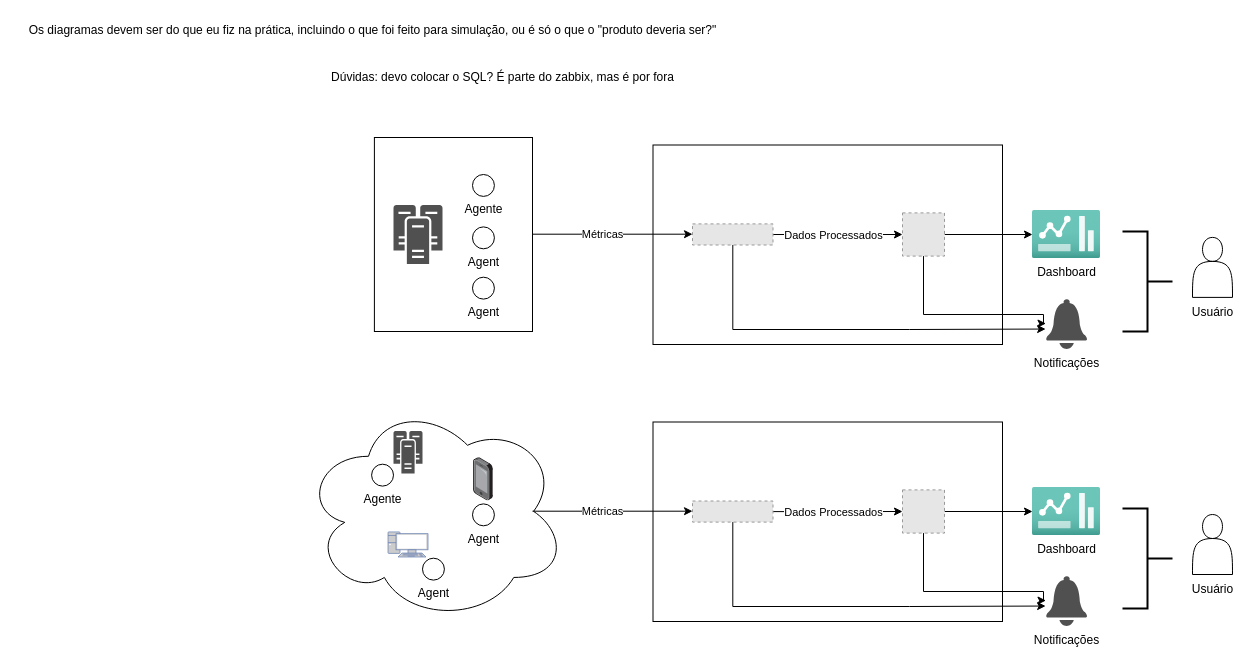
This is texto/draft0.drawio from vitorco7/saturmon, a draw.io file, before an edit. Source tidied: cells renumbered, new cells numbered last; positions are measured from the earlier drawing's top-left corner, leaving out a move shared by most shapes. Both pictures are drawn from the tidied source at 100%, with x=0, y=0 at pixel (17, 17). Pictures stored in the file or linked from it are replaced by grey dashed boxes.
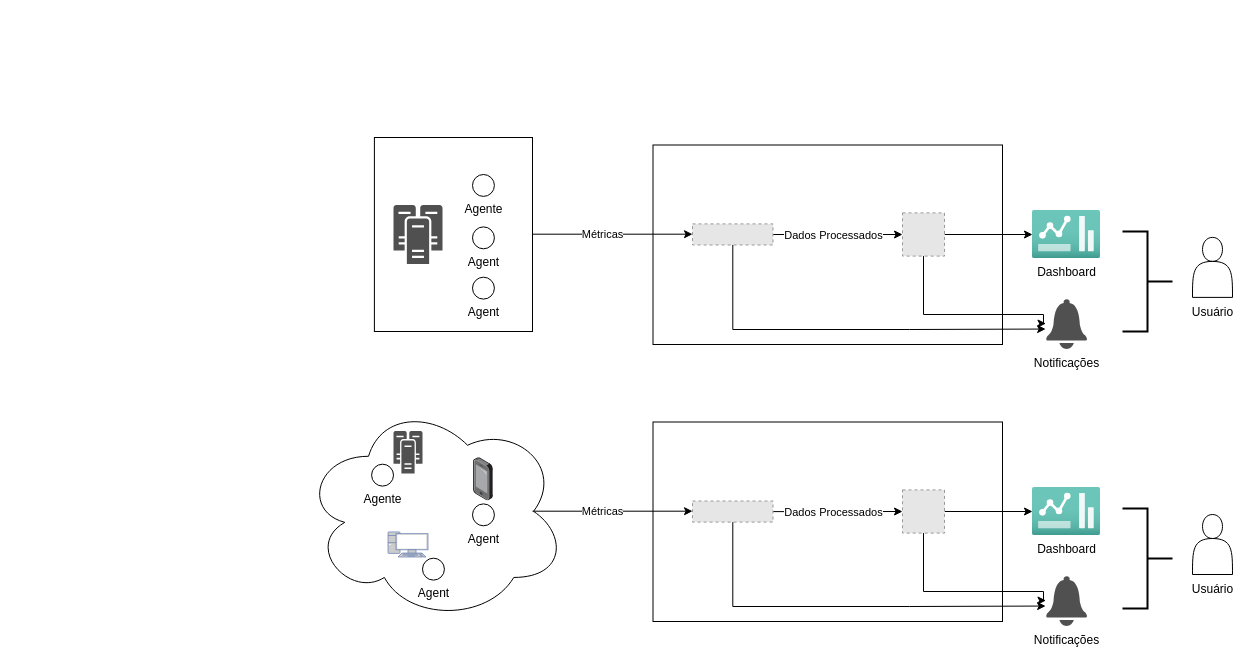
Above is the later version.

The edit, as a diff of the source:
```diff
@@
-    <mxCell id="48" value="&lt;div&gt;Dúvidas: devo colocar o SQL? É parte do zabbix, mas é por fora&lt;/div&gt;" style="text;html=1;align=center;verticalAlign=middle;strokeColor=none;fillColor=none;" parent="1" vertex="1">
-      <mxGeometry x="300" y="45" width="370" height="30" as="geometry" />
-    </mxCell>
-    <mxCell id="49" value="&lt;div&gt;Os diagramas devem ser do que eu fiz na prática, incluindo o que foi feito para simulação, ou é só o que o &quot;produto deveria ser?&quot;&lt;/div&gt;&lt;div&gt;&lt;br&gt;&lt;/div&gt;" style="text;html=1;align=center;verticalAlign=middle;strokeColor=none;fillColor=none;" parent="1" vertex="1">
-      <mxGeometry width="710" height="40" as="geometry" />
-    </mxCell>
```
